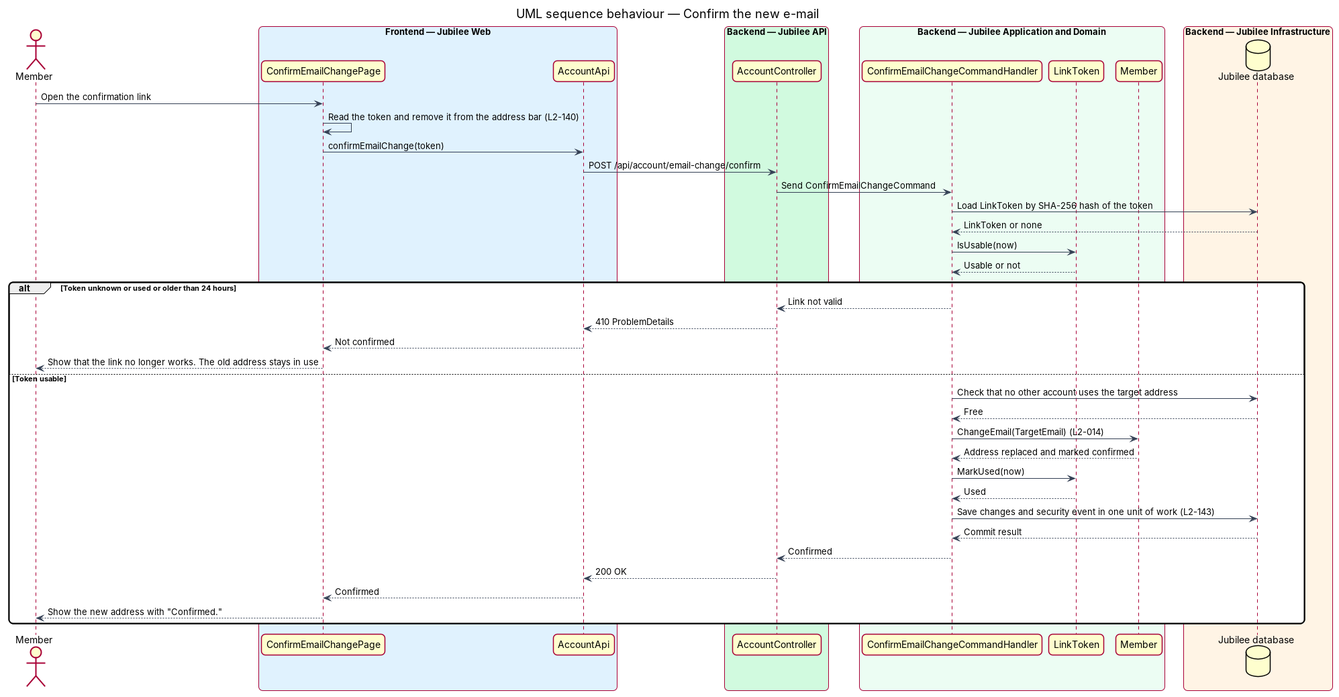
Before: docs/detailed-designs/accounts/change-credentials/diagrams/sequence-confirm-email-change.png, a diagram exported from PlantUML (QuinntyneBrown/jubilee). Its source is kept beside it as docs/detailed-designs/accounts/change-credentials/diagrams/sequence-confirm-email-change.puml.
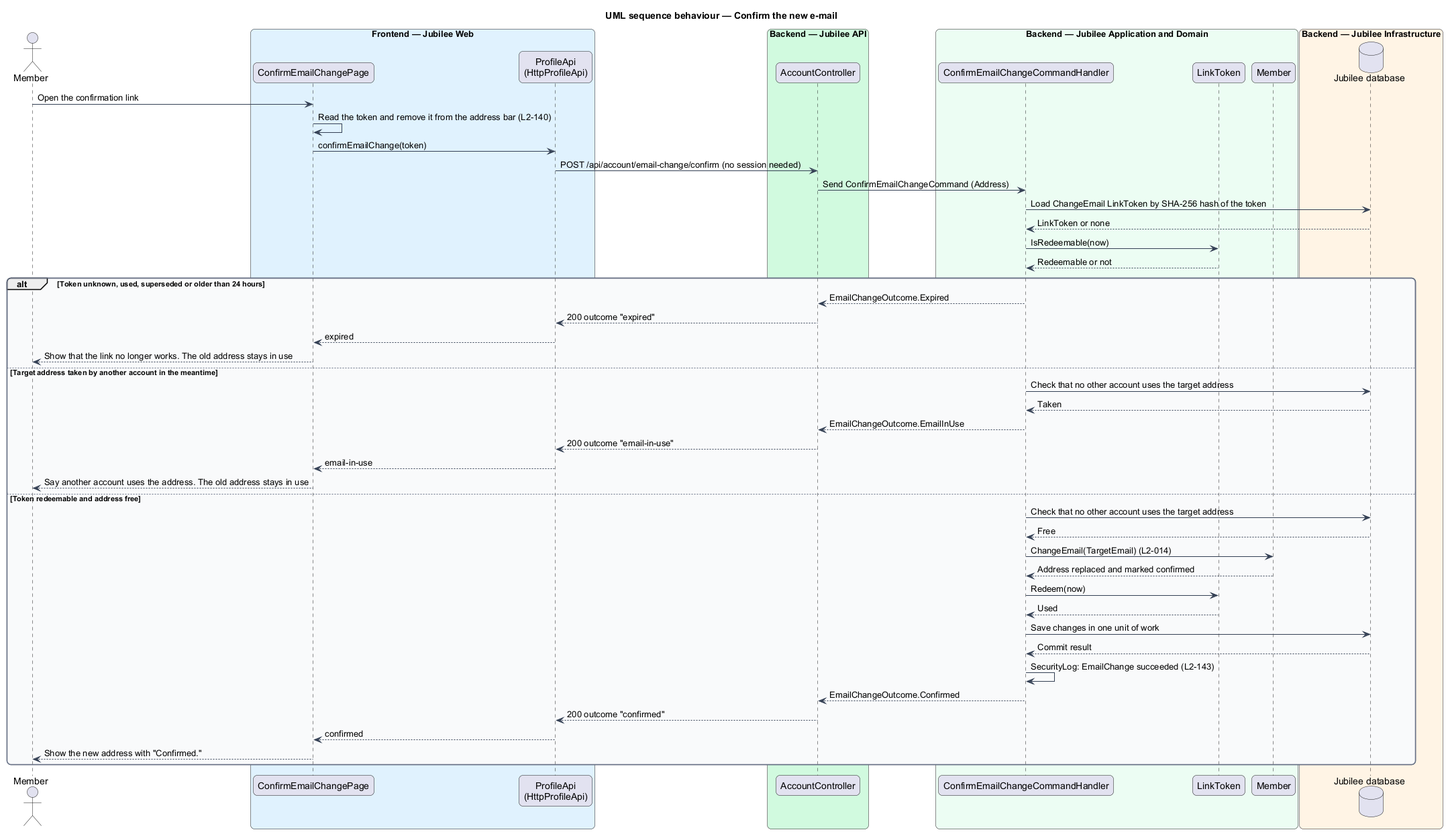
Later version of the same file.

The edit, as a diff of the source:
```diff
@@ -19,7 +19,7 @@
 actor "Member" as actor
 box "Frontend — Jubilee Web" #E0F2FE
   participant "ConfirmEmailChangePage" as page
-  participant "AccountApi" as client
+  participant "ProfileApi\n(HttpProfileApi)" as client
 end box
 box "Backend — Jubilee API" #D1FADF
   participant "AccountController" as controller
@@ -35,29 +35,37 @@
 actor -> page : Open the confirmation link
 page -> page : Read the token and remove it from the address bar (L2-140)
 page -> client : confirmEmailChange(token)
-client -> controller : POST /api/account/email-change/confirm
-controller -> handler : Send ConfirmEmailChangeCommand
-handler -> db : Load LinkToken by SHA-256 hash of the token
+client -> controller : POST /api/account/email-change/confirm (no session needed)
+controller -> handler : Send ConfirmEmailChangeCommand (Address)
+handler -> db : Load ChangeEmail LinkToken by SHA-256 hash of the token
 db --> handler : LinkToken or none
-handler -> token : IsUsable(now)
-token --> handler : Usable or not
-alt Token unknown or used or older than 24 hours
-  handler --> controller : Link not valid
-  controller --> client : 410 ProblemDetails
-  client --> page : Not confirmed
+handler -> token : IsRedeemable(now)
+token --> handler : Redeemable or not
+alt Token unknown, used, superseded or older than 24 hours
+  handler --> controller : EmailChangeOutcome.Expired
+  controller --> client : 200 outcome "expired"
+  client --> page : expired
   page --> actor : Show that the link no longer works. The old address stays in use
-else Token usable
+else Target address taken by another account in the meantime
+  handler -> db : Check that no other account uses the target address
+  db --> handler : Taken
+  handler --> controller : EmailChangeOutcome.EmailInUse
+  controller --> client : 200 outcome "email-in-use"
+  client --> page : email-in-use
+  page --> actor : Say another account uses the address. The old address stays in use
+else Token redeemable and address free
   handler -> db : Check that no other account uses the target address
   db --> handler : Free
   handler -> entity : ChangeEmail(TargetEmail) (L2-014)
   entity --> handler : Address replaced and marked confirmed
-  handler -> token : MarkUsed(now)
+  handler -> token : Redeem(now)
   token --> handler : Used
-  handler -> db : Save changes and security event in one unit of work (L2-143)
+  handler -> db : Save changes in one unit of work
   db --> handler : Commit result
-  handler --> controller : Confirmed
-  controller --> client : 200 OK
-  client --> page : Confirmed
+  handler -> handler : SecurityLog: EmailChange succeeded (L2-143)
+  handler --> controller : EmailChangeOutcome.Confirmed
+  controller --> client : 200 outcome "confirmed"
+  client --> page : confirmed
   page --> actor : Show the new address with "Confirmed."
 end
 @enduml
```
